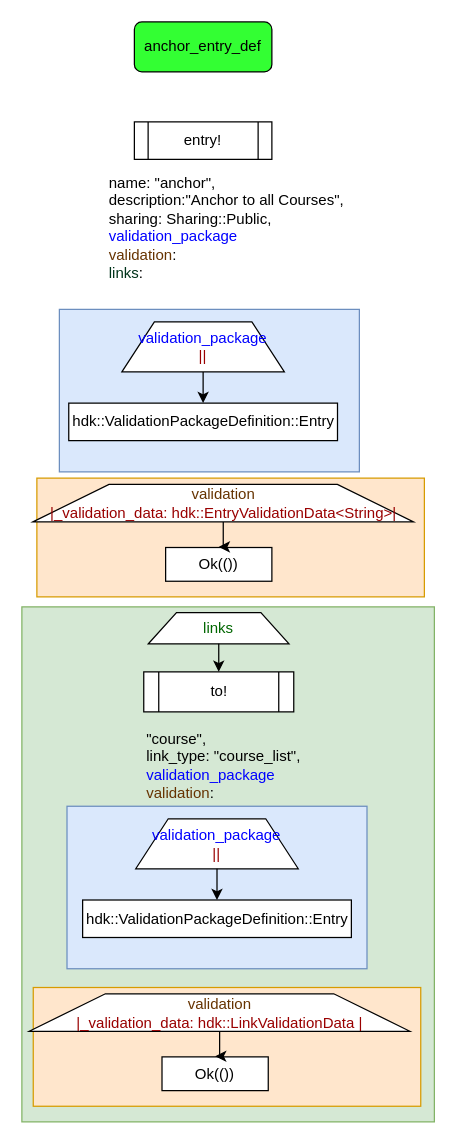
Above: page "course: anchor_entry_def" (3 of 11) of Untitled Diagram.drawio in sdelvalle57/hUdemy (draw.io), before the change. Source tidied: cells renumbered, new cells numbered last; positions are measured from the earlier drawing's top-left corner, leaving out a move shared by most shapes. Both pictures are drawn from the tidied source at 125%, with x=0, y=0 at pixel (21, 21).
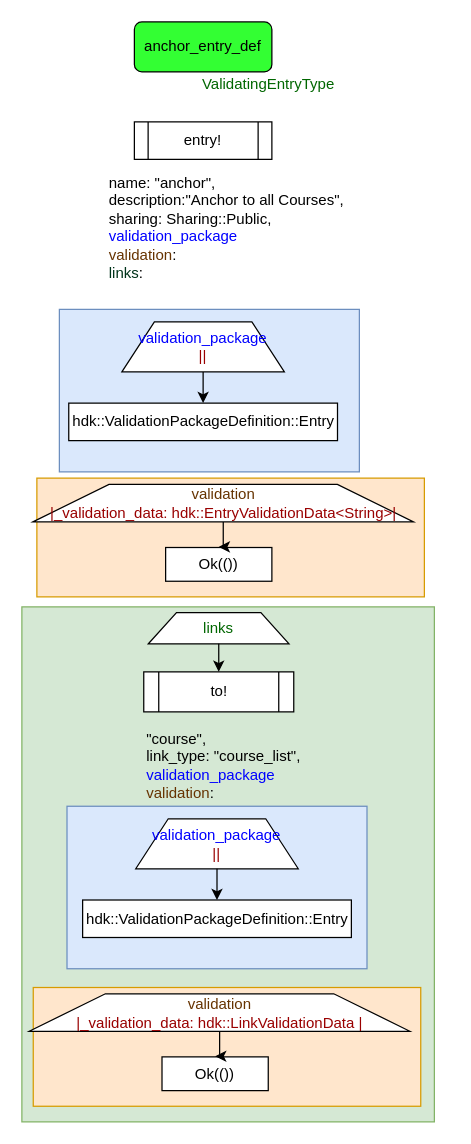
Above is the later version.

Diff of the diagram source:
```diff
@@
+    <mxCell id="32" value="&lt;font color=&quot;#006600&quot;&gt;ValidatingEntryType&lt;/font&gt;" style="text;html=1;strokeColor=none;fillColor=none;align=center;verticalAlign=middle;whiteSpace=wrap;rounded=0;" parent="1" vertex="1">
+      <mxGeometry x="140" y="40" width="115" height="20" as="geometry" />
+    </mxCell>
```
